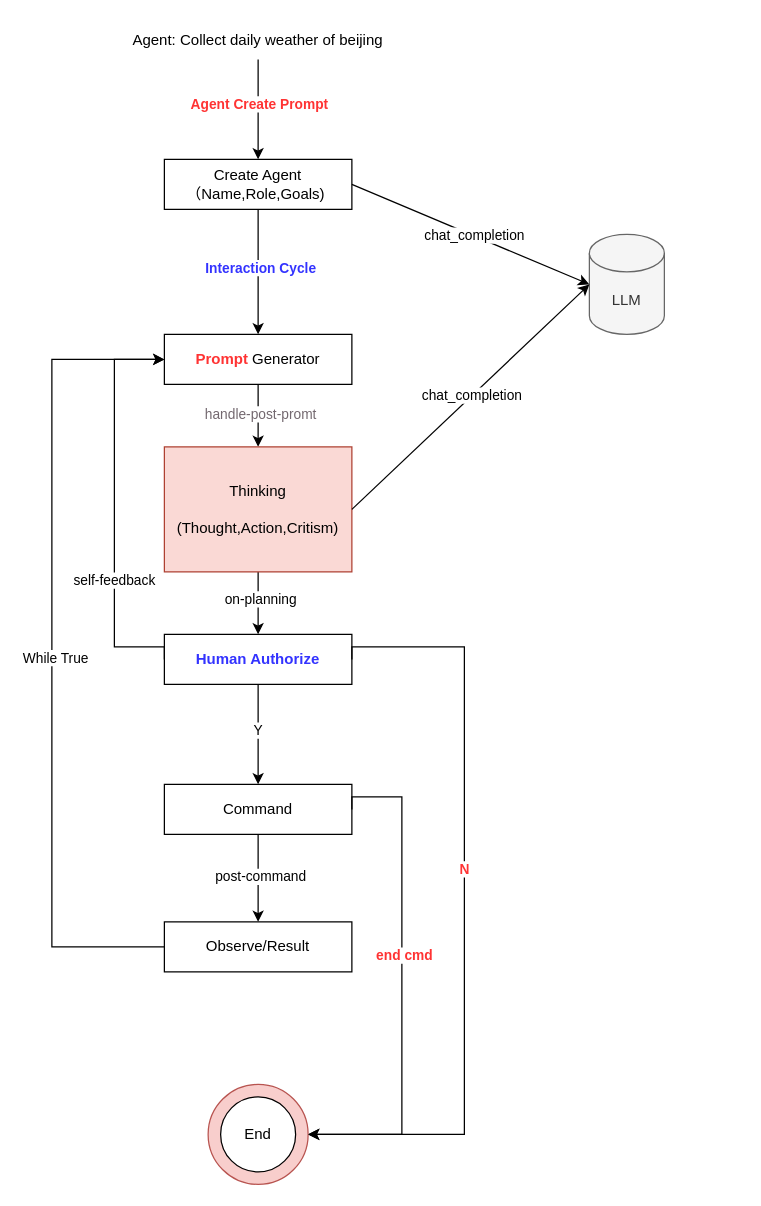
Before: auto-gpt.drawio in learn2Pro/draw_io_save, a draw.io diagram. Source tidied: cells renumbered, new cells numbered last; positions are measured from the earlier drawing's top-left corner, leaving out a move shared by most shapes. Both pictures are drawn from the tidied source at 125%, with x=0, y=0 at pixel (51, 21).
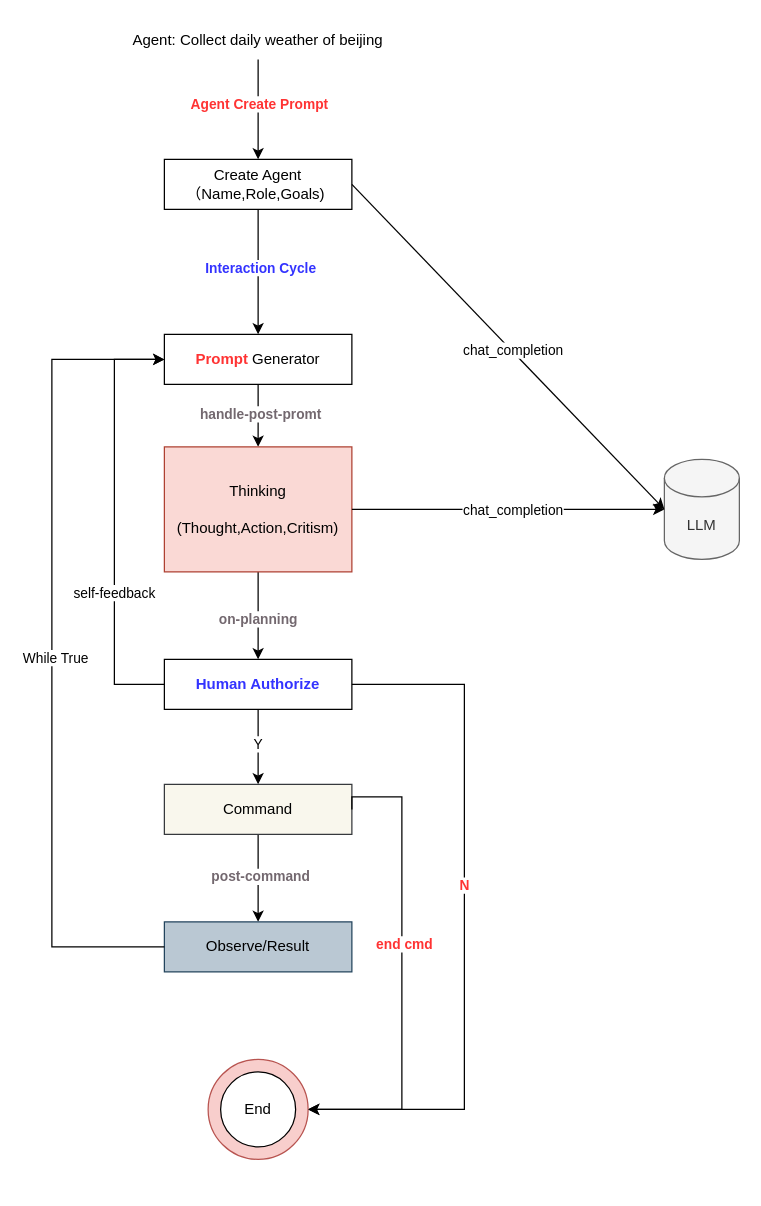
After the change.

Unchanged cells that the change refers to:
```xml
<mxCell id="11" style="edgeStyle=orthogonalEdgeStyle;rounded=0;jettySize=auto;html=1;" parent="1" edge="1" source="13" target="16">
  <mxGeometry relative="1" as="geometry" />
</mxCell>
<mxCell id="13" value="&lt;b&gt;&lt;font color=&quot;#ff3333&quot;&gt;Prompt&lt;/font&gt;&lt;/b&gt; Generator" style="rounded=0;whiteSpace=wrap;html=1;" parent="1" vertex="1">
  <mxGeometry x="90" y="250" width="150" height="40" as="geometry" />
</mxCell>
<mxCell id="14" style="edgeStyle=orthogonalEdgeStyle;rounded=0;jettySize=auto;html=1;" parent="1" edge="1" source="16" target="21">
  <mxGeometry relative="1" as="geometry" />
</mxCell>
<mxCell id="22" style="edgeStyle=orthogonalEdgeStyle;rounded=0;jettySize=auto;html=1;" parent="1" edge="1" source="24" target="30">
  <mxGeometry relative="1" as="geometry" />
</mxCell>
<mxCell id="28" style="ellipse;whiteSpace=wrap;html=1;fillColor=#f8cecc;strokeColor=#b85450;" parent="27" vertex="1">
  <mxGeometry width="80" height="80" as="geometry" />
</mxCell>
```

Change to the diagram source:
```diff
@@
     <mxCell id="8" value="LLM" style="shape=cylinder3;whiteSpace=wrap;html=1;boundedLbl=1;backgroundOutline=1;size=15;fillColor=#f5f5f5;fontColor=#333333;strokeColor=#666666;" parent="1" vertex="1">
-      <mxGeometry x="430" y="170" width="60" height="80" as="geometry" />
+      <mxGeometry x="490" y="350" width="60" height="80" as="geometry" />
     </mxCell>
@@
-    <mxCell id="12" value="&lt;font color=&quot;#73686f&quot;&gt;handle-post-promt&lt;/font&gt;" style="edgeLabel;html=1;align=center;verticalAlign=middle;" parent="11" vertex="1">
+    <mxCell id="12" value="&lt;font color=&quot;#73686f&quot;&gt;&lt;b&gt;handle-post-promt&lt;/b&gt;&lt;/font&gt;" style="edgeLabel;html=1;align=center;verticalAlign=middle;" parent="11" vertex="1">
       <mxGeometry x="-0.06" y="1" relative="1" as="geometry">
         <mxPoint y="-1" as="offset" />
       </mxGeometry>
     </mxCell>
@@
-    <mxCell id="15" value="on-planning" style="edgeLabel;html=1;align=center;verticalAlign=middle;" parent="14" vertex="1">
-      <mxGeometry x="-0.15" y="1" relative="1" as="geometry" />
+    <mxCell id="15" value="&lt;b&gt;&lt;font color=&quot;#73686f&quot;&gt;on-planning&lt;/font&gt;&lt;/b&gt;" style="edgeLabel;html=1;align=center;verticalAlign=middle;" parent="14" vertex="1">
+      <mxGeometry x="-0.15" y="1" relative="1" as="geometry">
+        <mxPoint x="-2" y="7" as="offset" />
+      </mxGeometry>
     </mxCell>
@@
     <mxCell id="21" value="&lt;font color=&quot;#3333ff&quot;&gt;&lt;b&gt;Human Authorize&lt;/b&gt;&lt;/font&gt;" style="rounded=0;whiteSpace=wrap;html=1;" parent="1" vertex="1">
-      <mxGeometry x="90" y="490" width="150" height="40" as="geometry" />
+      <mxGeometry x="90" y="510" width="150" height="40" as="geometry" />
     </mxCell>
@@
-    <mxCell id="23" value="post-command" style="edgeLabel;html=1;align=center;verticalAlign=middle;" parent="22" vertex="1">
+    <mxCell id="23" value="&lt;b&gt;&lt;font color=&quot;#73686f&quot;&gt;post-command&lt;/font&gt;&lt;/b&gt;" style="edgeLabel;html=1;align=center;verticalAlign=middle;" parent="22" vertex="1">
       <mxGeometry x="-0.07" y="1" relative="1" as="geometry" />
     </mxCell>
-    <mxCell id="24" value="Command" style="rounded=0;whiteSpace=wrap;html=1;" parent="1" vertex="1">
+    <mxCell id="24" value="Command" style="rounded=0;whiteSpace=wrap;html=1;fillColor=#f9f7ed;strokeColor=#36393d;" parent="1" vertex="1">
       <mxGeometry x="90" y="610" width="150" height="40" as="geometry" />
     </mxCell>
     <mxCell id="25" style="endArrow=classic;html=1;rounded=0;exitX=1;exitY=0.5;exitDx=0;exitDy=0;entryX=1;entryY=0.5;entryDx=0;entryDy=0;edgeStyle=orthogonalEdgeStyle;" parent="1" edge="1" source="21" target="28">
       <mxGeometry relative="1" as="geometry">
         <Array as="points">
-          <mxPoint x="330" y="500" />
-          <mxPoint x="330" y="890" />
+          <mxPoint x="330" y="530" />
+          <mxPoint x="330" y="870" />
         </Array>
       </mxGeometry>
     </mxCell>
@@
     <mxCell id="27" style="group;" parent="1" vertex="1">
-      <mxGeometry x="125" y="850" width="80" height="80" as="geometry" />
+      <mxGeometry x="125" y="830" width="80" height="80" as="geometry" />
     </mxCell>
@@
-    <mxCell id="30" value="Observe/Result" style="rounded=0;whiteSpace=wrap;html=1;" parent="1" vertex="1">
+    <mxCell id="30" value="Observe/Result" style="rounded=0;whiteSpace=wrap;html=1;fillColor=#bac8d3;strokeColor=#23445d;" parent="1" vertex="1">
       <mxGeometry x="90" y="720" width="150" height="40" as="geometry" />
     </mxCell>
     <mxCell id="31" style="endArrow=classic;html=1;rounded=0;exitX=1;exitY=0.5;exitDx=0;exitDy=0;entryX=1;entryY=0.5;entryDx=0;entryDy=0;edgeStyle=orthogonalEdgeStyle;" parent="1" edge="1" source="24" target="28">
       <mxGeometry relative="1" as="geometry">
         <Array as="points">
+          <mxPoint x="240" y="620" />
           <mxPoint x="280" y="620" />
-          <mxPoint x="280" y="890" />
+          <mxPoint x="280" y="870" />
         </Array>
       </mxGeometry>
     </mxCell>
@@
     <mxCell id="35" style="endArrow=classic;html=1;rounded=0;exitX=0;exitY=0.5;exitDx=0;exitDy=0;entryX=0;entryY=0.5;entryDx=0;entryDy=0;edgeStyle=orthogonalEdgeStyle;" parent="1" edge="1" source="21" target="13">
       <mxGeometry relative="1" as="geometry">
         <Array as="points">
-          <mxPoint x="50" y="500" />
+          <mxPoint x="50" y="530" />
           <mxPoint x="50" y="270" />
         </Array>
       </mxGeometry>
     </mxCell>
```
